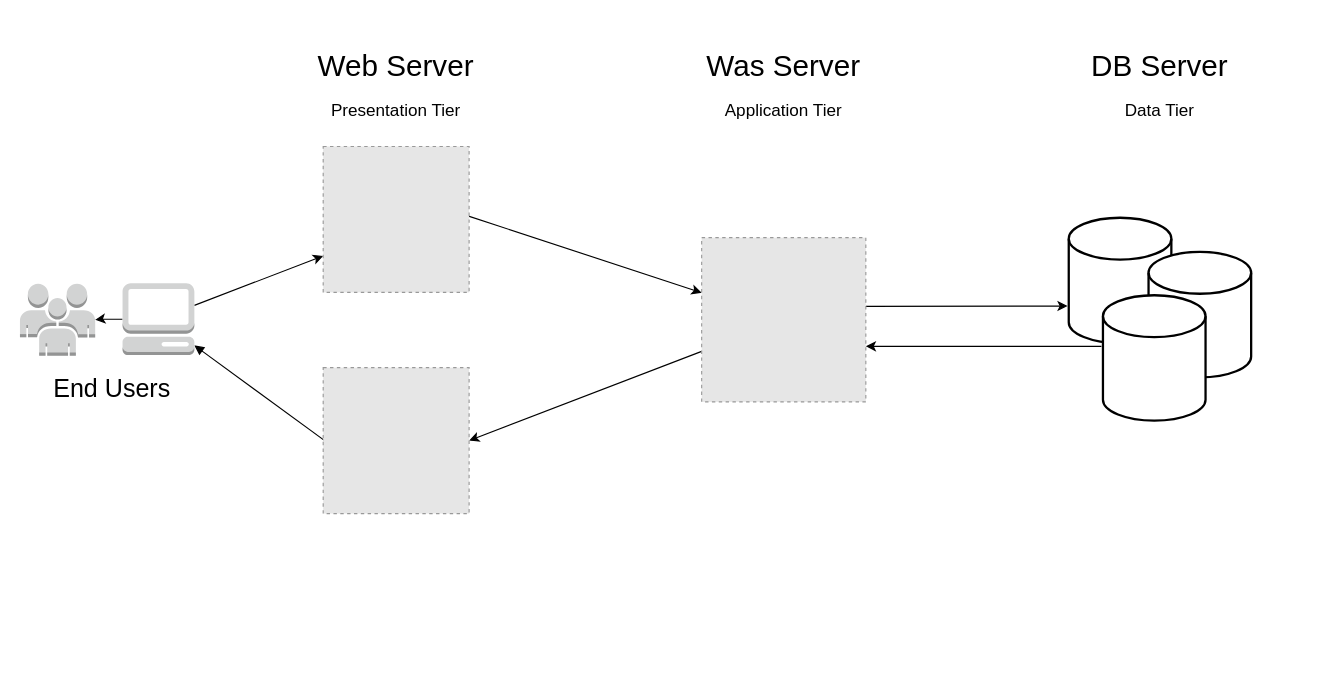
The draw.io diagram 3tier_detail.drawio in yokikim/Report-resource-linux, before the edit. Source tidied: cells renumbered, new cells numbered last; positions are measured from the earlier drawing's top-left corner, leaving out a move shared by most shapes. Both pictures are drawn from the tidied source at 114%, with x=0, y=0 at pixel (19, 43). Pictures stored in the file or linked from it are replaced by grey dashed boxes.
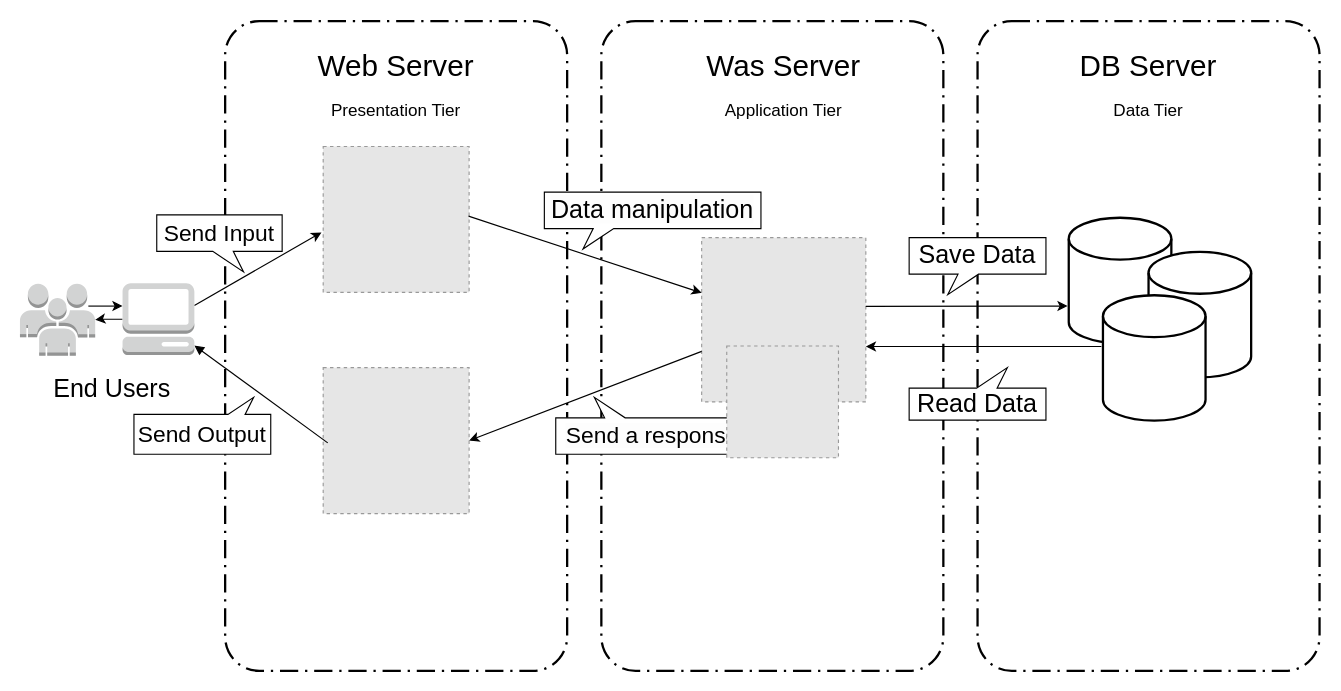
Above is the later version.

The edit, as a diff of the source:
```diff
@@
+    <mxCell id="18" parent="0" />
+    <mxCell id="19" style="group;" parent="18" vertex="1">
+      <mxGeometry x="266" y="90" width="814" height="322" as="geometry" />
+    </mxCell>
+    <mxCell id="20" style="fillColor=#E6E6E6;strokeColor=#999999;dashed=1;html=1;verticalAlign=top;verticalLabelPosition=bottom;labelBackgroundColor=#ffffff;" parent="19" vertex="1">
+      <mxGeometry x="332" y="80" width="144" height="144" as="geometry" />
+    </mxCell>
+    <mxCell id="21" style="fillColor=#E6E6E6;strokeColor=#999999;dashed=1;html=1;verticalAlign=top;verticalLabelPosition=bottom;labelBackgroundColor=#ffffff;" parent="19" vertex="1">
+      <mxGeometry width="128" height="128" as="geometry" />
+    </mxCell>
+    <mxCell id="22" style="group;" parent="19" vertex="1">
+      <mxGeometry x="654" y="62.5" width="160" height="178" as="geometry" />
+    </mxCell>
+    <mxCell id="23" style="strokeWidth=2;html=1;shape=mxgraph.flowchart.database;whiteSpace=wrap;" parent="22" vertex="1">
+      <mxGeometry width="90" height="110" as="geometry" />
+    </mxCell>
+    <mxCell id="24" style="strokeWidth=2;html=1;shape=mxgraph.flowchart.database;whiteSpace=wrap;" parent="22" vertex="1">
+      <mxGeometry x="70" y="30" width="90" height="110" as="geometry" />
+    </mxCell>
+    <mxCell id="25" style="strokeWidth=2;html=1;shape=mxgraph.flowchart.database;whiteSpace=wrap;" parent="22" vertex="1">
+      <mxGeometry x="30" y="68" width="90" height="110" as="geometry" />
+    </mxCell>
+    <mxCell id="26" style="fillColor=#E6E6E6;strokeColor=#999999;dashed=1;html=1;verticalAlign=top;verticalLabelPosition=bottom;labelBackgroundColor=#ffffff;fontSize=22;" parent="19" vertex="1">
+      <mxGeometry y="194" width="128" height="128" as="geometry" />
+    </mxCell>
@@
+    <mxCell id="28" style="group;" parent="1" vertex="1">
+      <mxGeometry x="60" y="151.1" width="888.6" height="198.9" as="geometry" />
+    </mxCell>
+    <mxCell id="29" style="group;" parent="28" vertex="1">
+      <mxGeometry x="93" width="795.6" height="198.9" as="geometry" />
+    </mxCell>
-    <mxCell id="2" style="endArrow=classic;html=1;rounded=0;fontSize=22;entryX=0;entryY=0.75;entryDx=0;entryDy=0;" parent="1" edge="1">
+    <mxCell id="2" style="endArrow=classic;html=1;rounded=0;fontSize=22;entryX=-0.012;entryY=0.589;entryDx=0;entryDy=0;entryPerimeter=0;" parent="29" edge="1" target="21">
       <mxGeometry relative="1" as="geometry">
-        <mxPoint x="153" y="229.4" as="sourcePoint" />
-        <mxPoint x="266" y="186" as="targetPoint" />
+        <mxPoint y="78.3" as="sourcePoint" />
       </mxGeometry>
     </mxCell>
-    <mxCell id="3" style="endArrow=none;html=1;rounded=0;fontSize=22;startArrow=block;startFill=1;endFill=0;" parent="1" edge="1">
+    <mxCell id="3" style="endArrow=none;html=1;rounded=0;fontSize=22;startArrow=block;startFill=1;endFill=0;" parent="29" edge="1">
       <mxGeometry relative="1" as="geometry">
-        <mxPoint x="153" y="264.5" as="sourcePoint" />
-        <mxPoint x="270" y="350" as="targetPoint" />
+        <mxPoint y="113.5" as="sourcePoint" />
+        <mxPoint x="117" y="198.9" as="targetPoint" />
       </mxGeometry>
     </mxCell>
-    <mxCell id="4" style="endArrow=none;html=1;rounded=0;fontSize=22;startArrow=classic;startFill=1;endFill=0;exitX=1;exitY=0.5;exitDx=0;exitDy=0;" parent="1" edge="1">
+    <mxCell id="4" style="endArrow=none;html=1;rounded=0;fontSize=22;startArrow=classic;startFill=1;endFill=0;exitX=1;exitY=0.5;exitDx=0;exitDy=0;" parent="29" edge="1">
       <mxGeometry relative="1" as="geometry">
-        <mxPoint x="394" y="348" as="sourcePoint" />
-        <mxPoint x="598" y="269.7" as="targetPoint" />
+        <mxPoint x="241" y="196.9" as="sourcePoint" />
+        <mxPoint x="445" y="118.6" as="targetPoint" />
       </mxGeometry>
     </mxCell>
-    <mxCell id="5" style="endArrow=classic;html=1;rounded=0;fontSize=22;exitX=0.996;exitY=0.477;exitDx=0;exitDy=0;exitPerimeter=0;" parent="1" edge="1">
+    <mxCell id="5" style="endArrow=classic;html=1;rounded=0;fontSize=22;exitX=0.996;exitY=0.477;exitDx=0;exitDy=0;exitPerimeter=0;" parent="29" edge="1">
       <mxGeometry relative="1" as="geometry">
-        <mxPoint x="393.5" y="151.1" as="sourcePoint" />
-        <mxPoint x="598" y="218.3" as="targetPoint" />
+        <mxPoint x="240.5" as="sourcePoint" />
+        <mxPoint x="445" y="67.3" as="targetPoint" />
       </mxGeometry>
     </mxCell>
-    <mxCell id="6" style="endArrow=classic;html=1;rounded=0;fontSize=10;exitX=1;exitY=0.418;exitDx=0;exitDy=0;exitPerimeter=0;" parent="1" edge="1" source="20">
+    <mxCell id="6" style="endArrow=classic;html=1;rounded=0;fontSize=10;exitX=1;exitY=0.418;exitDx=0;exitDy=0;exitPerimeter=0;" parent="29" edge="1" source="20">
       <mxGeometry relative="1" as="geometry">
-        <mxPoint x="919" y="230" as="targetPoint" />
+        <mxPoint x="766" y="78.9" as="targetPoint" />
       </mxGeometry>
     </mxCell>
+    <mxCell id="30" style="endArrow=classic;html=1;rounded=0;fontSize=10;entryX=1;entryY=0.662;entryDx=0;entryDy=0;entryPerimeter=0;exitX=-0.015;exitY=0.408;exitDx=0;exitDy=0;exitPerimeter=0;" parent="29" edge="1">
+      <mxGeometry relative="1" as="geometry">
+        <mxPoint x="795.6" y="114.3" as="sourcePoint" />
+        <mxPoint x="589" y="114.3" as="targetPoint" />
+      </mxGeometry>
+    </mxCell>
+    <mxCell id="31" style="endArrow=classic;html=1;rounded=0;fontSize=10;" parent="28" edge="1">
+      <mxGeometry relative="1" as="geometry">
+        <mxPoint y="78.9" as="sourcePoint" />
+        <mxPoint x="30" y="78.9" as="targetPoint" />
+      </mxGeometry>
+    </mxCell>
@@
     <mxCell id="13" value="&lt;font style=&quot;font-size: 26px;&quot;&gt;DB Server&lt;/font&gt;" style="text;html=1;strokeColor=none;fillColor=none;align=center;verticalAlign=middle;whiteSpace=wrap;rounded=0;" parent="7" vertex="1">
-      <mxGeometry x="920" width="160" height="40" as="geometry" />
+      <mxGeometry x="910" width="160" height="40" as="geometry" />
     </mxCell>
@@
     <mxCell id="16" value="&lt;font style=&quot;font-size: 15px;&quot;&gt;Data Tier&lt;/font&gt;" style="text;html=1;strokeColor=none;fillColor=none;align=center;verticalAlign=middle;whiteSpace=wrap;rounded=0;fontSize=26;" parent="7" vertex="1">
-      <mxGeometry x="930" y="40" width="140" height="30" as="geometry" />
+      <mxGeometry x="920" y="40" width="140" height="30" as="geometry" />
     </mxCell>
@@
-    <mxCell id="18" parent="0" />
-    <mxCell id="19" style="group;" parent="18" vertex="1">
-      <mxGeometry x="266" y="90" width="814" height="322" as="geometry" />
-    </mxCell>
-    <mxCell id="20" style="fillColor=#E6E6E6;strokeColor=#999999;dashed=1;html=1;verticalAlign=top;verticalLabelPosition=bottom;labelBackgroundColor=#ffffff;" parent="19" vertex="1">
-      <mxGeometry x="332" y="80" width="144" height="144" as="geometry" />
-    </mxCell>
-    <mxCell id="21" style="fillColor=#E6E6E6;strokeColor=#999999;dashed=1;html=1;verticalAlign=top;verticalLabelPosition=bottom;labelBackgroundColor=#ffffff;" parent="19" vertex="1">
-      <mxGeometry width="128" height="128" as="geometry" />
-    </mxCell>
-    <mxCell id="22" style="group;" parent="19" vertex="1">
-      <mxGeometry x="654" y="62.5" width="160" height="178" as="geometry" />
-    </mxCell>
-    <mxCell id="23" style="strokeWidth=2;html=1;shape=mxgraph.flowchart.database;whiteSpace=wrap;" parent="22" vertex="1">
-      <mxGeometry width="90" height="110" as="geometry" />
-    </mxCell>
-    <mxCell id="24" style="strokeWidth=2;html=1;shape=mxgraph.flowchart.database;whiteSpace=wrap;" parent="22" vertex="1">
-      <mxGeometry x="70" y="30" width="90" height="110" as="geometry" />
-    </mxCell>
-    <mxCell id="25" style="strokeWidth=2;html=1;shape=mxgraph.flowchart.database;whiteSpace=wrap;" parent="22" vertex="1">
-      <mxGeometry x="30" y="68" width="90" height="110" as="geometry" />
-    </mxCell>
-    <mxCell id="26" style="fillColor=#E6E6E6;strokeColor=#999999;dashed=1;html=1;verticalAlign=top;verticalLabelPosition=bottom;labelBackgroundColor=#ffffff;fontSize=22;" parent="19" vertex="1">
-      <mxGeometry y="194" width="128" height="128" as="geometry" />
-    </mxCell>
-    <mxCell id="27" style="endArrow=classic;html=1;rounded=0;fontSize=10;entryX=1;entryY=0.662;entryDx=0;entryDy=0;entryPerimeter=0;exitX=-0.015;exitY=0.408;exitDx=0;exitDy=0;exitPerimeter=0;" parent="19" edge="1" source="25" target="20">
-      <mxGeometry relative="1" as="geometry" />
-    </mxCell>
+    <mxCell id="32" parent="0" />
+    <mxCell id="33" style="rounded=1;arcSize=10;dashed=1;fillColor=none;gradientColor=none;dashPattern=8 3 1 3;strokeWidth=2;" parent="32" vertex="1">
+      <mxGeometry x="180" y="-20" width="300" height="570" as="geometry" />
+    </mxCell>
+    <mxCell id="34" style="rounded=1;arcSize=10;dashed=1;fillColor=none;gradientColor=none;dashPattern=8 3 1 3;strokeWidth=2;" parent="32" vertex="1">
+      <mxGeometry x="510" y="-20" width="300" height="570" as="geometry" />
+    </mxCell>
+    <mxCell id="35" style="rounded=1;arcSize=10;dashed=1;fillColor=none;gradientColor=none;dashPattern=8 3 1 3;strokeWidth=2;" parent="32" vertex="1">
+      <mxGeometry x="840" y="-20" width="300" height="570" as="geometry" />
+    </mxCell>
+    <mxCell id="36" parent="0" />
+    <mxCell id="37" value="&lt;font style=&quot;line-height: 1; font-size: 20px;&quot;&gt;Send Input&lt;/font&gt;" style="whiteSpace=wrap;html=1;shape=mxgraph.basic.rectCallout;dx=51.86;dy=18;boundedLbl=1;fontSize=22;direction=east;flipH=1;align=center;" parent="36" vertex="1">
+      <mxGeometry x="120" y="150" width="110" height="50" as="geometry" />
+    </mxCell>
+    <mxCell id="38" value="&lt;font style=&quot;font-size: 20px;&quot;&gt;Send Output&lt;/font&gt;" style="whiteSpace=wrap;html=1;shape=mxgraph.basic.rectCallout;dx=30;dy=15;boundedLbl=1;fontSize=22;direction=west;" parent="36" vertex="1">
+      <mxGeometry x="100" y="310" width="120" height="50" as="geometry" />
+    </mxCell>
+    <mxCell id="39" value="&lt;span style=&quot;font-family: noto, notojp, notokr, Helvetica, &amp;quot;Microsoft YaHei&amp;quot;, &amp;quot;Apple SD Gothic Neo&amp;quot;, &amp;quot;Malgun Gothic&amp;quot;, &amp;quot;맑은 고딕&amp;quot;, Dotum, 돋움, sans-serif; text-align: start; background-color: rgb(253, 253, 253);&quot;&gt;Data manipulation&lt;/span&gt;" style="whiteSpace=wrap;html=1;shape=mxgraph.basic.rectCallout;dx=51.86;dy=18;boundedLbl=1;fontSize=22;direction=east;flipH=0;" parent="36" vertex="1">
+      <mxGeometry x="460" y="130" width="190" height="50" as="geometry" />
+    </mxCell>
+    <mxCell id="40" value="&lt;span style=&quot;font-family: noto, notojp, notokr, Helvetica, &amp;quot;Microsoft YaHei&amp;quot;, &amp;quot;Apple SD Gothic Neo&amp;quot;, &amp;quot;Malgun Gothic&amp;quot;, &amp;quot;맑은 고딕&amp;quot;, Dotum, 돋움, sans-serif; text-align: start; background-color: rgb(253, 253, 253); font-size: 20px;&quot;&gt;Send a response&lt;/span&gt;" style="whiteSpace=wrap;html=1;shape=mxgraph.basic.rectCallout;dx=51.86;dy=18;boundedLbl=1;fontSize=22;direction=west;flipH=1;" parent="36" vertex="1">
+      <mxGeometry x="470" y="310" width="170" height="50" as="geometry" />
+    </mxCell>
+    <mxCell id="41" value="Save Data" style="whiteSpace=wrap;html=1;shape=mxgraph.basic.rectCallout;dx=51.86;dy=18;boundedLbl=1;fontSize=22;direction=east;flipH=0;" parent="36" vertex="1">
+      <mxGeometry x="780" y="170" width="120" height="50" as="geometry" />
+    </mxCell>
+    <mxCell id="42" value="Read Data" style="whiteSpace=wrap;html=1;shape=mxgraph.basic.rectCallout;dx=51.86;dy=18;boundedLbl=1;fontSize=22;direction=east;flipH=1;flipV=1;" parent="36" vertex="1">
+      <mxGeometry x="780" y="284" width="120" height="46" as="geometry" />
+    </mxCell>
+    <mxCell id="43" style="fillColor=#E6E6E6;strokeColor=#999999;dashed=1;html=1;verticalAlign=top;verticalLabelPosition=bottom;labelBackgroundColor=#ffffff;fontSize=20;" parent="36" vertex="1">
+      <mxGeometry x="620" y="265" width="98" height="98" as="geometry" />
+    </mxCell>
```
